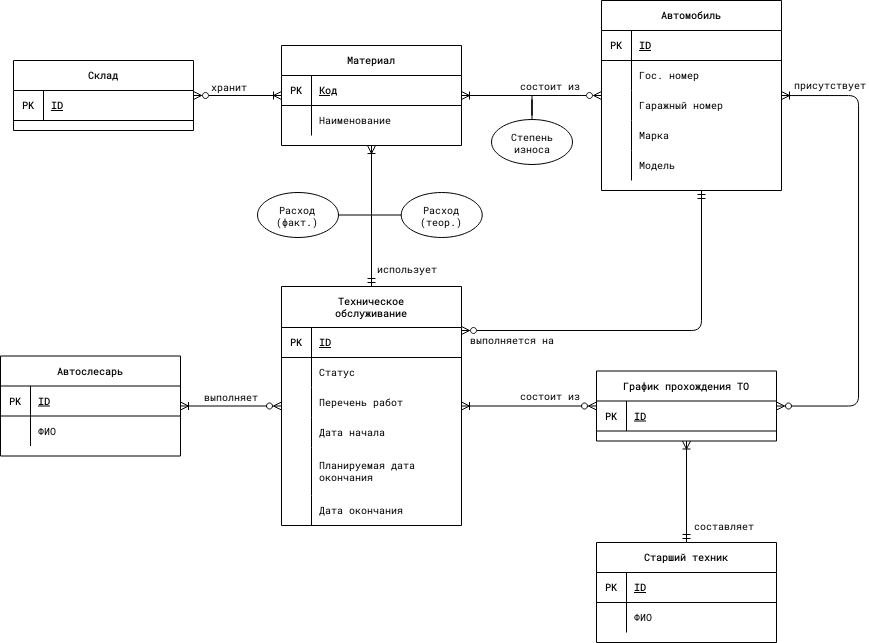
Earlier version of the draw.io export 2/images/er-diagram.drawio.png (PlumpAlbert/diploma). Source tidied: cells renumbered, new cells last; positions are measured from the earlier drawing's top-left corner, leaving out a move shared by most shapes.
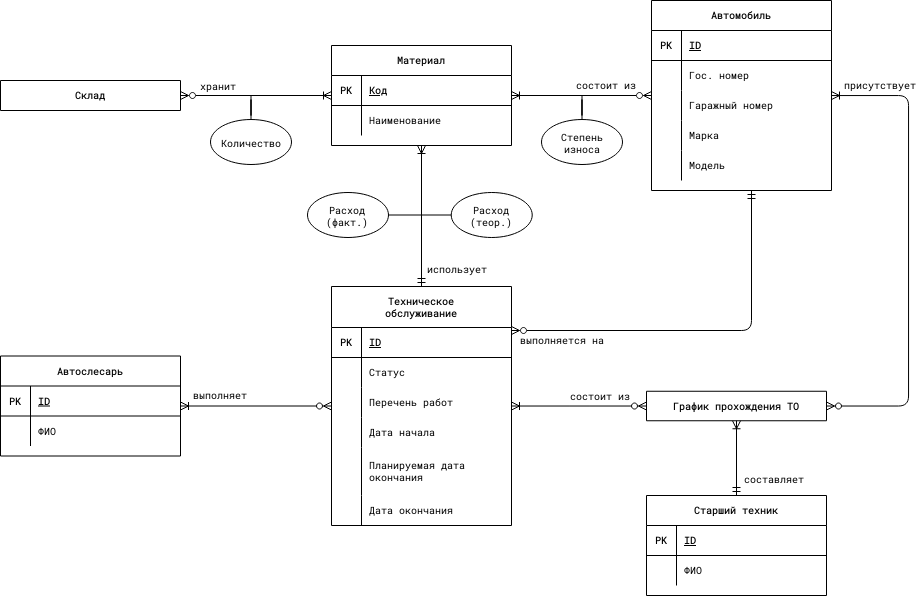
Later version of the same file.

The edit, as a diff of the source:
```diff
@@ -112,7 +112,7 @@
     </mxCell>
     <mxCell id="38" value="выполняет" style="edgeLabel;html=1;align=center;verticalAlign=middle;fontFamily=Roboto Mono;fontSource=https%3A%2F%2Ffonts.googleapis.com%2Fcss%3Ffamily%3DRoboto%2BMono;fontSize=10;labelBackgroundColor=none;" parent="37" vertex="1">
       <mxGeometry x="0.26" y="-3" relative="1" as="geometry">
-        <mxPoint x="12" y="-7" as="offset" />
+        <mxPoint x="-17" y="-9" as="offset" />
       </mxGeometry>
     </mxCell>
     <mxCell id="39" style="edgeStyle=orthogonalEdgeStyle;curved=0;rounded=1;sketch=0;jettySize=auto;html=1;fontFamily=Roboto Mono;fontSource=https%3A%2F%2Ffonts.googleapis.com%2Fcss%3Ffamily%3DRoboto%2BMono;fontSize=10;startArrow=ERzeroToMany;startFill=0;endArrow=ERmandOne;endFill=0;labelBackgroundColor=none;" parent="1" edge="1" source="2" target="21">
@@ -137,7 +137,7 @@
       </mxGeometry>
     </mxCell>
     <mxCell id="43" value="Автослесарь" style="shape=table;startSize=30;rowLines=0;fontStyle=1;align=center;fontFamily=Roboto Mono;fontSource=https%3A%2F%2Ffonts.googleapis.com%2Fcss%3Ffamily%3DRoboto%2BMono;fontSize=10;labelBackgroundColor=none;" parent="1" vertex="1">
-      <mxGeometry y="355.5" width="180" height="100" as="geometry" />
+      <mxGeometry x="-50" y="355.5" width="180" height="100" as="geometry" />
     </mxCell>
     <mxCell id="44" style="shape=tableRow;horizontal=0;startSize=0;swimlaneHead=0;swimlaneBody=0;fillColor=none;top=0;left=0;right=0;bottom=1;fontFamily=Roboto Mono;fontSource=https%3A%2F%2Ffonts.googleapis.com%2Fcss%3Ffamily%3DRoboto%2BMono;fontSize=10;labelBackgroundColor=none;" parent="43" vertex="1">
       <mxGeometry y="30" width="180" height="30" as="geometry" />
@@ -170,28 +170,19 @@
         <mxPoint x="-32" y="-99" as="offset" />
       </mxGeometry>
     </mxCell>
-    <mxCell id="52" value="График прохождения ТО" style="shape=table;startSize=30;rowLines=0;fontStyle=1;align=center;fontFamily=Roboto Mono;fontSource=https%3A%2F%2Ffonts.googleapis.com%2Fcss%3Ffamily%3DRoboto%2BMono;fontSize=10;swimlaneLine=1;columnLines=1;top=1;bottom=1;labelBackgroundColor=none;" parent="1" vertex="1">
-      <mxGeometry x="596" y="370.5" width="180" height="70" as="geometry" />
+    <mxCell id="52" value="График прохождения ТО" style="shape=table;startSize=30;rowLines=0;fontStyle=1;align=center;fontFamily=Roboto Mono;fontSource=https%3A%2F%2Ffonts.googleapis.com%2Fcss%3Ffamily%3DRoboto%2BMono;fontSize=10;swimlaneLine=1;columnLines=1;top=1;bottom=1;labelBackgroundColor=none;resizeLastRow=1;" parent="1" vertex="1">
+      <mxGeometry x="596" y="390.8" width="180" height="29.5" as="geometry" />
     </mxCell>
-    <mxCell id="53" style="shape=tableRow;horizontal=0;startSize=0;swimlaneHead=0;swimlaneBody=0;fillColor=none;top=0;left=0;right=0;bottom=1;fontFamily=Roboto Mono;fontSource=https%3A%2F%2Ffonts.googleapis.com%2Fcss%3Ffamily%3DRoboto%2BMono;fontSize=10;labelBackgroundColor=none;" parent="52" vertex="1">
-      <mxGeometry y="30" width="180" height="30" as="geometry" />
-    </mxCell>
-    <mxCell id="54" value="PK" style="shape=partialRectangle;fillColor=none;top=0;left=0;bottom=0;right=0;fontStyle=1;overflow=hidden;fontFamily=Roboto Mono;fontSource=https%3A%2F%2Ffonts.googleapis.com%2Fcss%3Ffamily%3DRoboto%2BMono;fontSize=10;labelBackgroundColor=none;" parent="53" vertex="1">
-      <mxGeometry width="30" height="30" as="geometry" />
-    </mxCell>
-    <mxCell id="55" value="ID" style="shape=partialRectangle;fillColor=none;top=0;left=0;bottom=0;right=0;align=left;spacingLeft=6;fontStyle=5;overflow=hidden;fontFamily=Roboto Mono;fontSource=https%3A%2F%2Ffonts.googleapis.com%2Fcss%3Ffamily%3DRoboto%2BMono;fontSize=10;labelBackgroundColor=none;" parent="53" vertex="1">
-      <mxGeometry x="30" width="150" height="30" as="geometry" />
-    </mxCell>
     <mxCell id="56" style="edgeStyle=orthogonalEdgeStyle;curved=0;rounded=1;sketch=0;jettySize=auto;html=1;fontFamily=Roboto Mono;fontSource=https%3A%2F%2Ffonts.googleapis.com%2Fcss%3Ffamily%3DRoboto%2BMono;fontSize=10;startArrow=ERmandOne;startFill=0;endArrow=ERoneToMany;endFill=0;labelBackgroundColor=none;" parent="1" edge="1" source="58" target="52">
       <mxGeometry relative="1" as="geometry" />
     </mxCell>
     <mxCell id="57" value="составляет" style="edgeLabel;html=1;align=center;verticalAlign=middle;fontSize=10;fontFamily=Roboto Mono;fontSource=https%3A%2F%2Ffonts.googleapis.com%2Fcss%3Ffamily%3DRoboto%2BMono;labelBackgroundColor=none;" parent="56" vertex="1">
       <mxGeometry x="-0.27" relative="1" as="geometry">
-        <mxPoint x="36" y="19" as="offset" />
+        <mxPoint x="36" y="9" as="offset" />
       </mxGeometry>
     </mxCell>
     <mxCell id="58" value="Старший техник" style="shape=table;startSize=30;rowLines=0;fontStyle=1;align=center;fontFamily=Roboto Mono;fontSource=https%3A%2F%2Ffonts.googleapis.com%2Fcss%3Ffamily%3DRoboto%2BMono;fontSize=10;labelBackgroundColor=none;" parent="1" vertex="1">
-      <mxGeometry x="596" y="542" width="180" height="100" as="geometry" />
+      <mxGeometry x="596" y="495" width="180" height="100" as="geometry" />
     </mxCell>
     <mxCell id="59" style="shape=tableRow;horizontal=0;startSize=0;swimlaneHead=0;swimlaneBody=0;fillColor=none;top=0;left=0;right=0;bottom=1;fontFamily=Roboto Mono;fontSource=https%3A%2F%2Ffonts.googleapis.com%2Fcss%3Ffamily%3DRoboto%2BMono;fontSize=10;labelBackgroundColor=none;" parent="58" vertex="1">
       <mxGeometry y="30" width="180" height="30" as="geometry" />
@@ -216,7 +207,7 @@
     </mxCell>
     <mxCell id="66" value="состоит из" style="edgeLabel;html=1;align=center;verticalAlign=middle;fontFamily=Roboto Mono;fontSource=https%3A%2F%2Ffonts.googleapis.com%2Fcss%3Ffamily%3DRoboto%2BMono;fontSize=10;labelBackgroundColor=none;" parent="65" vertex="1">
       <mxGeometry x="0.28" y="-1" relative="1" as="geometry">
-        <mxPoint x="-2" y="-12" as="offset" />
+        <mxPoint x="4" y="-13" as="offset" />
       </mxGeometry>
     </mxCell>
     <mxCell id="67" style="edgeStyle=orthogonalEdgeStyle;curved=0;rounded=1;sketch=0;jettySize=auto;html=1;fontFamily=Roboto Mono;fontSource=https%3A%2F%2Ffonts.googleapis.com%2Fcss%3Ffamily%3DRoboto%2BMono;fontSize=10;startArrow=ERoneToMany;startFill=0;endArrow=ERmandOne;endFill=0;labelBackgroundColor=none;" parent="1" edge="1" source="69" target="2">
@@ -265,21 +256,12 @@
     </mxCell>
     <mxCell id="81" value="хранит" style="edgeLabel;html=1;align=center;verticalAlign=middle;fontSize=10;fontFamily=Roboto Mono;labelBackgroundColor=none;" parent="80" vertex="1">
       <mxGeometry x="-0.3" y="-2" relative="1" as="geometry">
-        <mxPoint x="4" y="-12" as="offset" />
+        <mxPoint x="-17" y="-13" as="offset" />
       </mxGeometry>
     </mxCell>
-    <mxCell id="82" value="Склад" style="shape=table;startSize=30;rowLines=0;fontStyle=1;align=center;fontFamily=Roboto Mono;fontSource=https%3A%2F%2Ffonts.googleapis.com%2Fcss%3Ffamily%3DRoboto%2BMono;fontSize=10;labelBackgroundColor=none;" parent="1" vertex="1">
-      <mxGeometry x="13" y="60" width="180" height="70" as="geometry" />
+    <mxCell id="82" value="Склад" style="shape=table;startSize=30;rowLines=0;fontStyle=1;align=center;fontFamily=Roboto Mono;fontSource=https%3A%2F%2Ffonts.googleapis.com%2Fcss%3Ffamily%3DRoboto%2BMono;fontSize=10;labelBackgroundColor=none;resizeLastRow=1;" parent="1" vertex="1">
+      <mxGeometry x="-50" y="80" width="180" height="30" as="geometry" />
     </mxCell>
-    <mxCell id="83" style="shape=tableRow;horizontal=0;startSize=0;swimlaneHead=0;swimlaneBody=0;fillColor=none;top=0;left=0;right=0;bottom=1;fontFamily=Roboto Mono;fontSource=https%3A%2F%2Ffonts.googleapis.com%2Fcss%3Ffamily%3DRoboto%2BMono;fontSize=10;labelBackgroundColor=none;" parent="82" vertex="1">
-      <mxGeometry y="30" width="180" height="30" as="geometry" />
-    </mxCell>
-    <mxCell id="84" value="PK" style="shape=partialRectangle;fillColor=none;top=0;left=0;bottom=0;right=0;fontStyle=1;overflow=hidden;fontFamily=Roboto Mono;fontSource=https%3A%2F%2Ffonts.googleapis.com%2Fcss%3Ffamily%3DRoboto%2BMono;fontSize=10;labelBackgroundColor=none;" parent="83" vertex="1">
-      <mxGeometry width="30" height="30" as="geometry" />
-    </mxCell>
-    <mxCell id="85" value="ID" style="shape=partialRectangle;fillColor=none;top=0;left=0;bottom=0;right=0;align=left;spacingLeft=6;fontStyle=5;overflow=hidden;fontFamily=Roboto Mono;fontSource=https%3A%2F%2Ffonts.googleapis.com%2Fcss%3Ffamily%3DRoboto%2BMono;fontSize=10;labelBackgroundColor=none;" parent="83" vertex="1">
-      <mxGeometry x="30" width="150" height="30" as="geometry" />
-    </mxCell>
     <mxCell id="86" style="edgeStyle=orthogonalEdgeStyle;rounded=0;jettySize=auto;html=1;labelBackgroundColor=none;endArrow=none;endFill=0;" parent="1" edge="1" source="87">
       <mxGeometry relative="1" as="geometry">
         <mxPoint x="531.5" y="94.9" as="targetPoint" />
@@ -288,5 +270,13 @@
     <mxCell id="87" value="Степень износа" style="ellipse;whiteSpace=wrap;html=1;rounded=0;sketch=0;fontFamily=Roboto Mono;fontSource=https%3A%2F%2Ffonts.googleapis.com%2Fcss%3Ffamily%3DRoboto%2BMono;fontSize=10;labelBackgroundColor=none;" parent="1" vertex="1">
       <mxGeometry x="491" y="119" width="81" height="45" as="geometry" />
     </mxCell>
+    <mxCell id="88" style="edgeStyle=orthogonalEdgeStyle;rounded=0;jettySize=auto;html=1;labelBackgroundColor=none;endArrow=none;endFill=0;" parent="1" edge="1" source="89">
+      <mxGeometry relative="1" as="geometry">
+        <mxPoint x="200.5" y="95.1" as="targetPoint" />
+      </mxGeometry>
+    </mxCell>
+    <mxCell id="89" value="Количество" style="ellipse;whiteSpace=wrap;html=1;rounded=0;sketch=0;fontFamily=Roboto Mono;fontSource=https%3A%2F%2Ffonts.googleapis.com%2Fcss%3Ffamily%3DRoboto%2BMono;fontSize=10;labelBackgroundColor=none;" parent="1" vertex="1">
+      <mxGeometry x="160" y="119" width="81" height="45" as="geometry" />
+    </mxCell>
   </root>
 </mxGraphModel>
```
